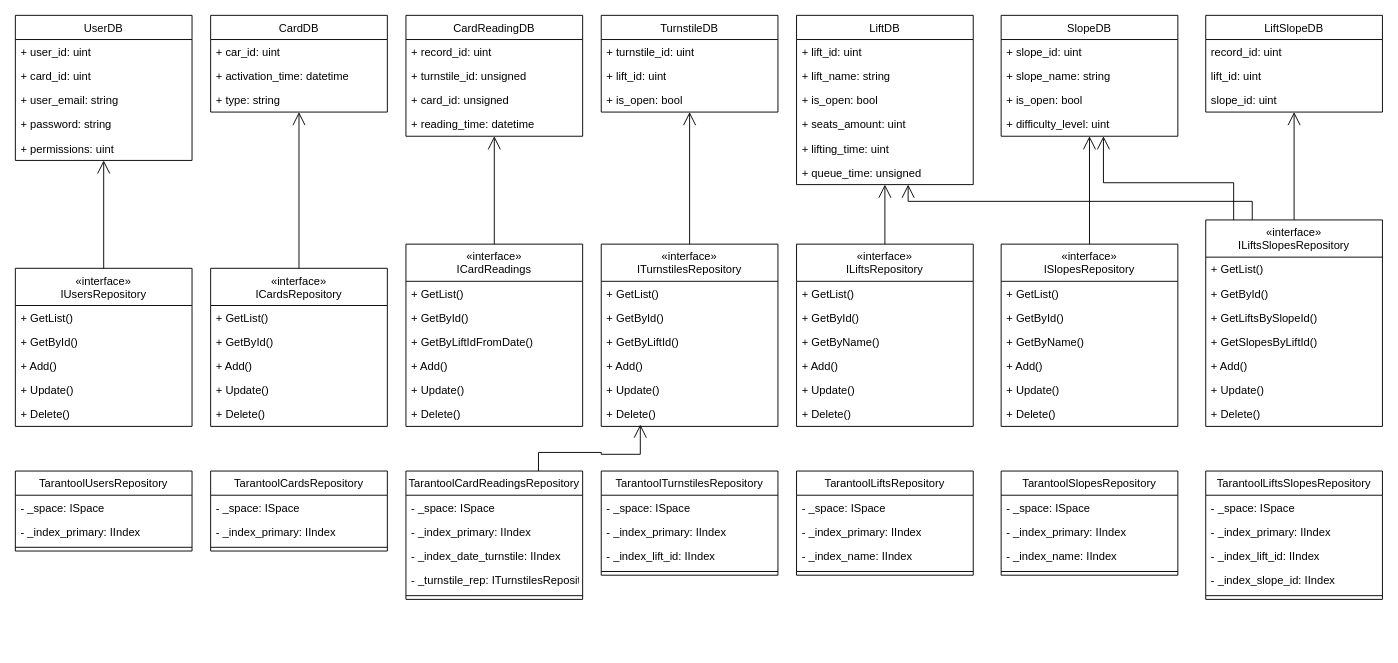
This is docs/imgs/uml/data_access.drawio from alena-zayts/BMSTU_6sem_software_design, a draw.io file, before an edit. Source tidied: cells renumbered, new cells numbered last; positions are measured from the earlier drawing's top-left corner, leaving out a move shared by most shapes. Both pictures are drawn from the tidied source at 93%, with x=0, y=0 at pixel (15, 15).
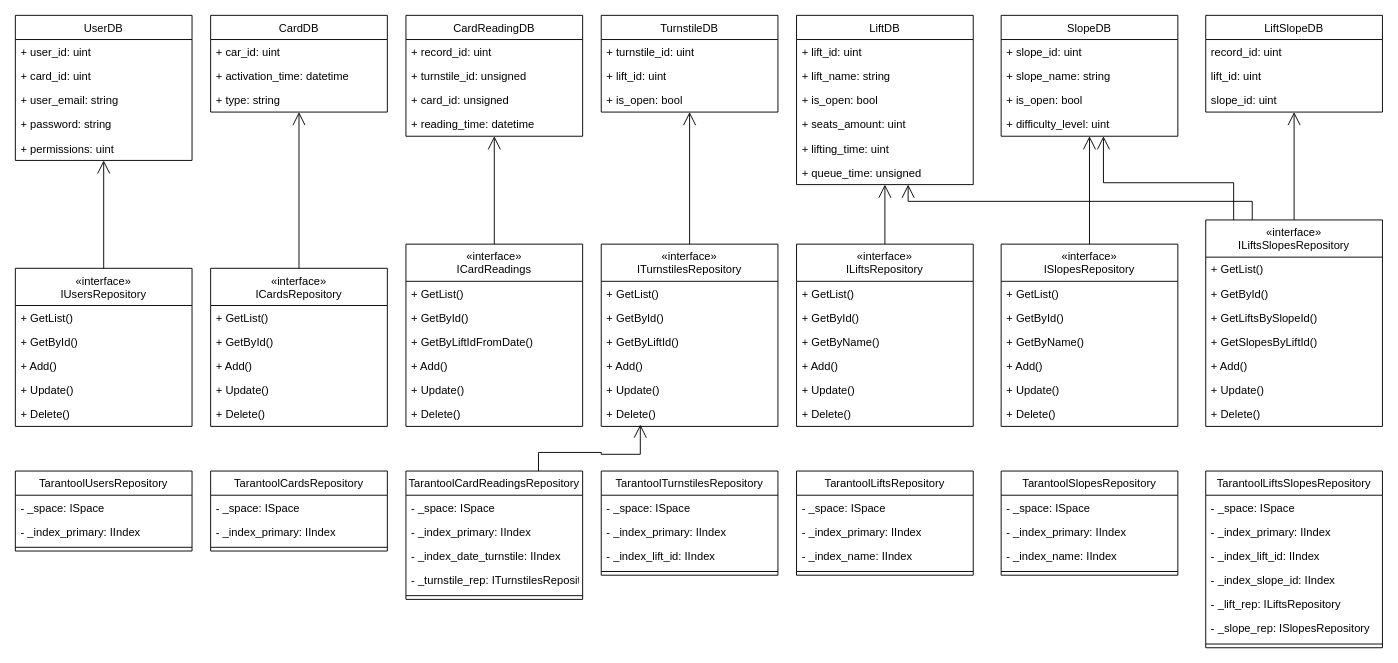
After the change.

What changed in the source:
```diff
@@
     <mxCell id="124" value="TarantoolLiftsSlopesRepository" style="swimlane;fontStyle=0;align=center;verticalAlign=top;horizontal=1;startSize=26;" parent="1" vertex="1">
-      <mxGeometry x="1280" y="490" width="190" height="138" as="geometry" />
+      <mxGeometry x="1280" y="490" width="190" height="190" as="geometry" />
     </mxCell>
@@
+    <mxCell id="130" value="- _lift_rep: ILiftsRepository" style="text;strokeColor=none;fillColor=none;align=left;verticalAlign=top;spacingLeft=4;spacingRight=4;overflow=hidden;" parent="124" vertex="1">
+      <mxGeometry y="130" width="190" height="26" as="geometry" />
+    </mxCell>
+    <mxCell id="131" value="- _slope_rep: ISlopesRepository" style="text;strokeColor=none;fillColor=none;align=left;verticalAlign=top;spacingLeft=4;spacingRight=4;overflow=hidden;" parent="124" vertex="1">
+      <mxGeometry y="156" width="190" height="26" as="geometry" />
+    </mxCell>
     <mxCell id="129" style="line;strokeWidth=1;fillColor=none;align=left;verticalAlign=middle;spacingTop=-1;spacingLeft=3;spacingRight=3;labelPosition=right;" parent="124" vertex="1">
-      <mxGeometry y="130" width="190" height="8" as="geometry" />
+      <mxGeometry y="182" width="190" height="8" as="geometry" />
     </mxCell>
```
